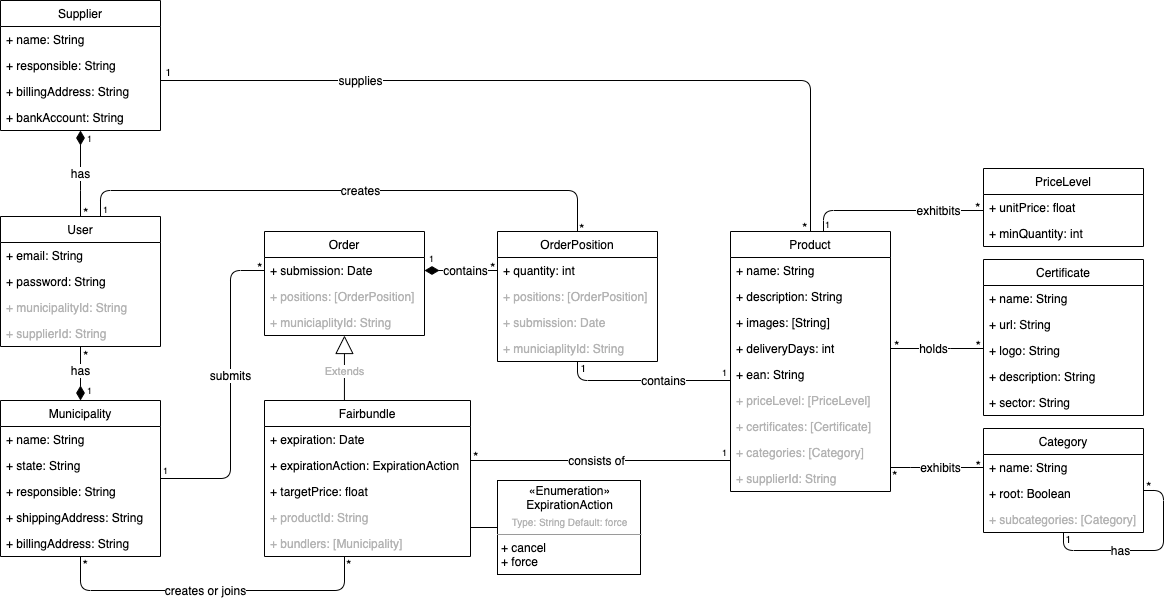
Before: docs/Fairbundled_UML.png, a diagram exported from draw.io (lschlesinger/fairbundled). Source tidied: cells renumbered, new cells last; positions are measured from the earlier drawing's top-left corner, leaving out a move shared by most shapes.
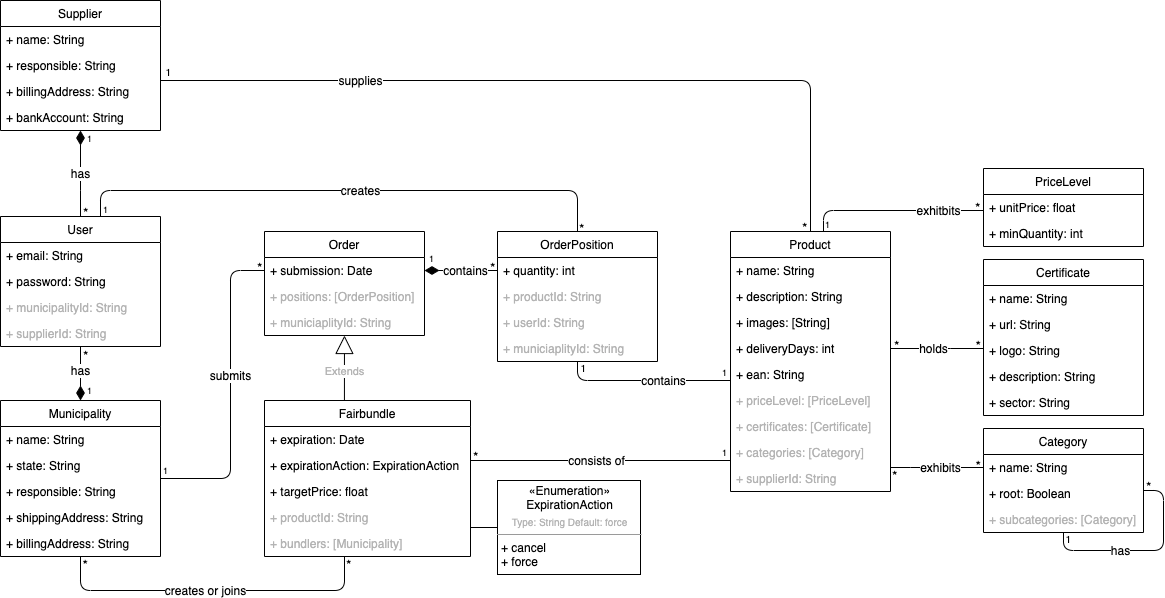
Above is the later version.

The edit, as a diff of the source:
```diff
@@ -392,10 +392,10 @@
     <mxCell id="92" value="+ quantity: int" style="text;strokeColor=none;fillColor=none;align=left;verticalAlign=top;spacingLeft=4;spacingRight=4;overflow=hidden;" parent="91" vertex="1">
       <mxGeometry y="26" width="160" height="26" as="geometry" />
     </mxCell>
-    <mxCell id="93" value="+ positions: [OrderPosition]" style="text;strokeColor=none;fillColor=none;align=left;verticalAlign=top;spacingLeft=4;spacingRight=4;overflow=hidden;fontColor=#B3B3B3;" parent="91" vertex="1">
+    <mxCell id="93" value="+ productId: String" style="text;strokeColor=none;fillColor=none;align=left;verticalAlign=top;spacingLeft=4;spacingRight=4;overflow=hidden;fontColor=#B3B3B3;" parent="91" vertex="1">
       <mxGeometry y="52" width="160" height="26" as="geometry" />
     </mxCell>
-    <mxCell id="94" value="+ submission: Date" style="text;strokeColor=none;fillColor=none;align=left;verticalAlign=top;spacingLeft=4;spacingRight=4;overflow=hidden;fontColor=#B3B3B3;" parent="91" vertex="1">
+    <mxCell id="94" value="+ userId: String" style="text;strokeColor=none;fillColor=none;align=left;verticalAlign=top;spacingLeft=4;spacingRight=4;overflow=hidden;fontColor=#B3B3B3;" parent="91" vertex="1">
       <mxGeometry y="78" width="160" height="26" as="geometry" />
     </mxCell>
     <mxCell id="95" value="+ municiaplityId: String" style="text;strokeColor=none;fillColor=none;align=left;verticalAlign=top;spacingLeft=4;spacingRight=4;overflow=hidden;fontColor=#B3B3B3;" parent="91" vertex="1">
```
